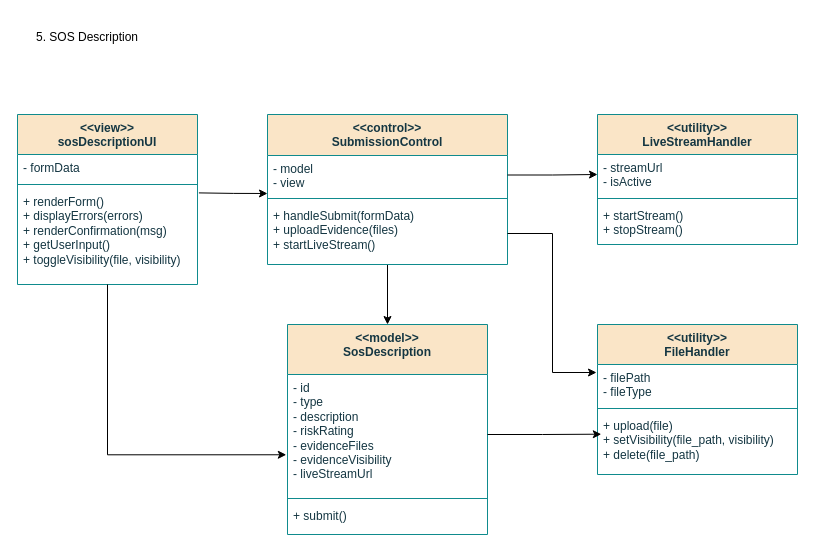
Before: page "5. Sos Description (User)" (5 of 17) of Untitled Diagram.drawio in TH-014/CSE_326, a draw.io diagram. Source tidied: cells renumbered, new cells numbered last; positions are measured from the earlier drawing's top-left corner, leaving out a move shared by most shapes. Both pictures are drawn from the tidied source at 100%, with x=0, y=0 at pixel (17, 17).
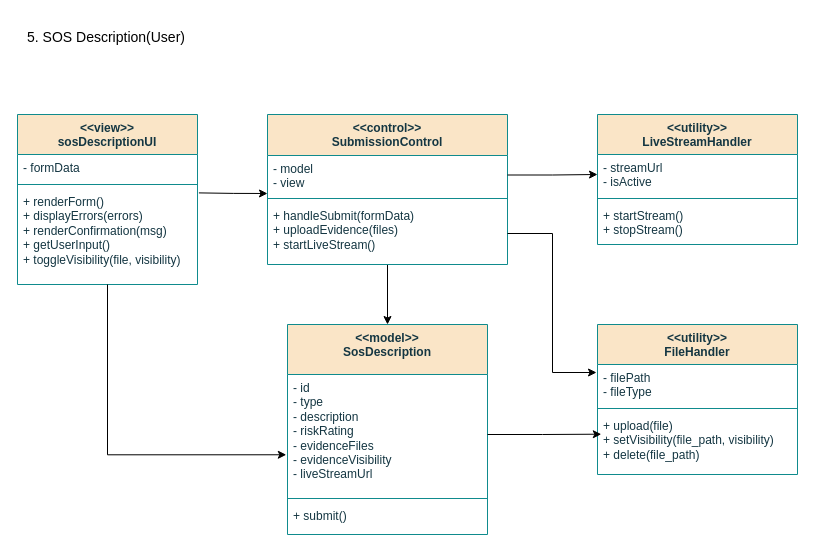
Above is the later version.

Change to the diagram source:
```diff
@@
-    <mxCell id="20" value="5. SOS Description" style="text;html=1;strokeColor=none;fillColor=none;align=center;verticalAlign=middle;whiteSpace=wrap;rounded=0;" parent="1" vertex="1">
-      <mxGeometry x="2" width="136" height="39" as="geometry" />
+    <mxCell id="20" value="&lt;font style=&quot;font-size: 14px;&quot;&gt;5. SOS Description(User)&lt;/font&gt;" style="text;html=1;strokeColor=none;fillColor=none;align=center;verticalAlign=middle;whiteSpace=wrap;rounded=0;" parent="1" vertex="1">
+      <mxGeometry x="2" width="174" height="39" as="geometry" />
     </mxCell>
```
